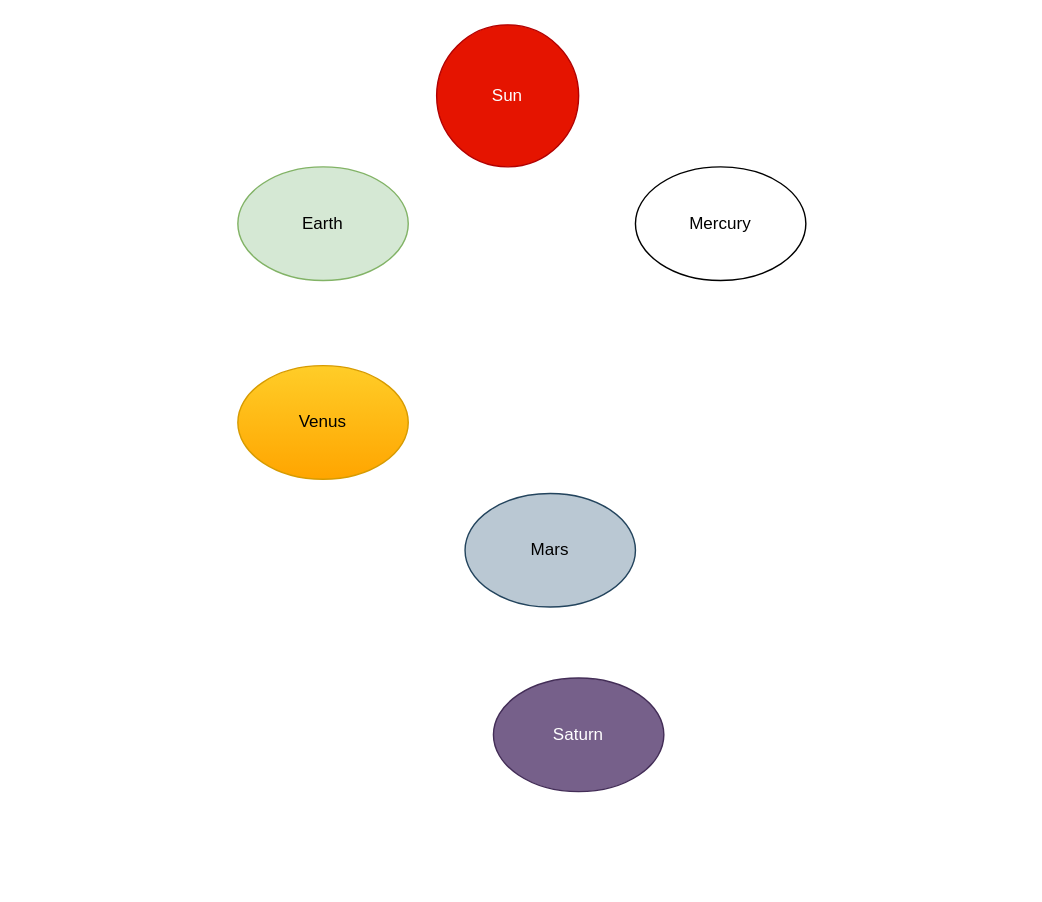
Earlier version of the draw.io diagram page "home" (1 of 2) of script.drawio (LBACK1912/chart). Source tidied: cells renumbered, new cells numbered last; positions are measured from the earlier drawing's top-left corner, leaving out a move shared by most shapes. Both pictures are drawn from the tidied source at 142%, with x=0, y=0 at pixel (237, 24).
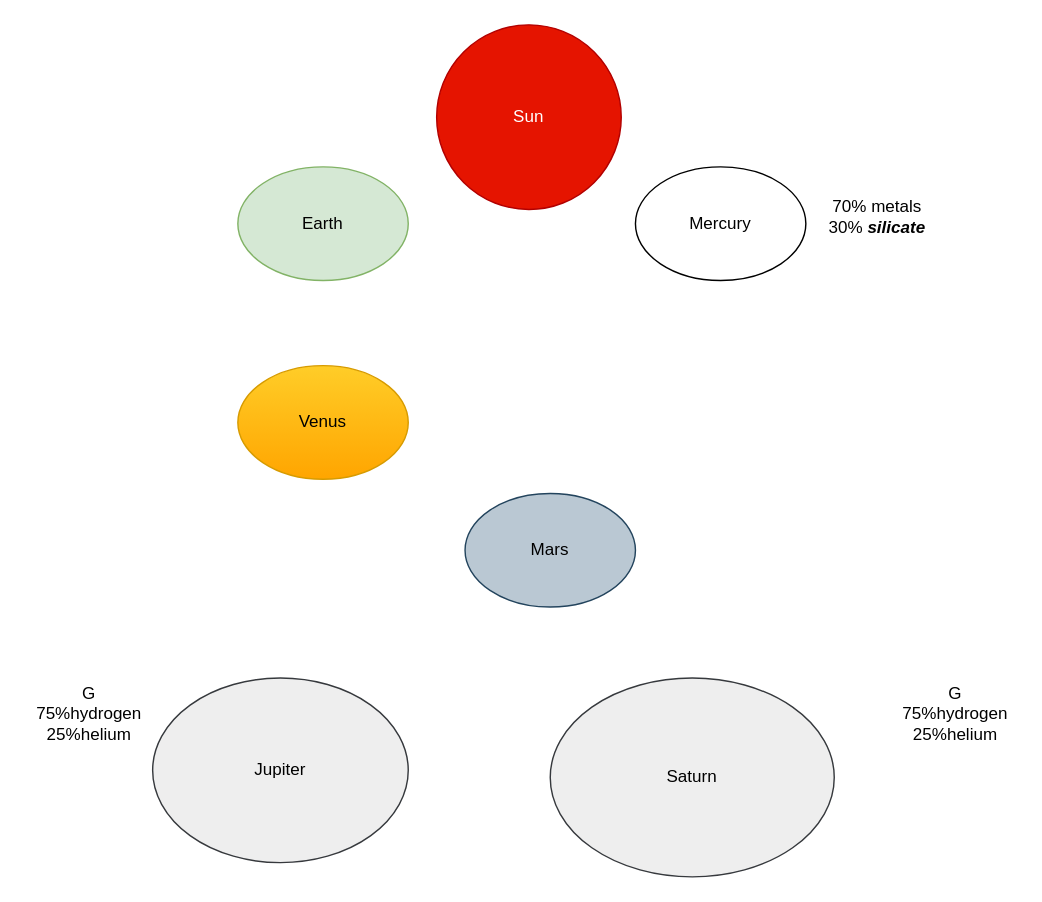
After the change.

The edit, as a diff of the source:
```diff
@@
 <mxGraphModel>
   <root>
     <mxCell id="0" />
     <mxCell id="1" parent="0" />
     <mxCell id="2" value="Sun" style="ellipse;whiteSpace=wrap;html=1;fillColor=#e51400;strokeColor=#B20000;fontColor=#ffffff;" parent="1" vertex="1">
-      <mxGeometry x="140" width="100" height="100" as="geometry" />
+      <mxGeometry x="140" width="130" height="130" as="geometry" />
     </mxCell>
     <mxCell id="3" value="Earth" style="ellipse;whiteSpace=wrap;html=1;fillColor=#d5e8d4;strokeColor=#82b366;" parent="1" vertex="1">
       <mxGeometry y="100" width="120" height="80" as="geometry" />
     </mxCell>
     <mxCell id="4" value="Mercury" style="ellipse;whiteSpace=wrap;html=1;" parent="1" vertex="1">
       <mxGeometry x="280" y="100" width="120" height="80" as="geometry" />
     </mxCell>
     <mxCell id="5" value="Venus" style="ellipse;whiteSpace=wrap;html=1;gradientColor=#ffa500;fillColor=#ffcd28;strokeColor=#d79b00;" parent="1" vertex="1">
       <mxGeometry y="240" width="120" height="80" as="geometry" />
     </mxCell>
     <mxCell id="6" value="Mars" style="ellipse;whiteSpace=wrap;html=1;fillColor=#bac8d3;strokeColor=#23445d;" parent="1" vertex="1">
       <mxGeometry x="160" y="330" width="120" height="80" as="geometry" />
     </mxCell>
-    <mxCell id="7" value="Saturn" style="ellipse;whiteSpace=wrap;html=1;fillColor=#76608a;strokeColor=#432D57;fontColor=#ffffff;" parent="1" vertex="1">
-      <mxGeometry x="180" y="460" width="120" height="80" as="geometry" />
+    <mxCell id="7" value="Saturn" style="ellipse;whiteSpace=wrap;html=1;fillColor=#eeeeee;strokeColor=#36393d;" parent="1" vertex="1">
+      <mxGeometry x="220" y="460" width="200" height="140" as="geometry" />
     </mxCell>
+    <mxCell id="8" value="&lt;div&gt;70% metals&lt;br&gt;&lt;/div&gt;&lt;div&gt;30% &lt;strong&gt;&lt;i&gt;&lt;i class=&quot;01&quot;&gt;silicate&lt;/i&gt; &lt;/i&gt;&lt;/strong&gt;&lt;/div&gt;" style="text;html=1;align=center;verticalAlign=middle;" parent="1" vertex="1">
+      <mxGeometry x="410" y="120" width="80" height="30" as="geometry" />
+    </mxCell>
+    <mxCell id="9" value="G&lt;div&gt;75%hydrogen &lt;br&gt;&lt;/div&gt;&lt;div&gt;25%helium&lt;br&gt;&lt;/div&gt;" style="text;html=1;align=center;verticalAlign=middle;" parent="1" vertex="1">
+      <mxGeometry x="460" y="460" width="90" height="50" as="geometry" />
+    </mxCell>
+    <mxCell id="10" value="Jupiter" style="ellipse;whiteSpace=wrap;html=1;fillColor=#eeeeee;strokeColor=#36393d;" parent="1" vertex="1">
+      <mxGeometry x="-60" y="460" width="180" height="130" as="geometry" />
+    </mxCell>
+    <mxCell id="11" value="G&lt;div&gt;75%hydrogen &lt;br&gt;&lt;/div&gt;&lt;div&gt;25%helium&lt;/div&gt;" style="text;html=1;align=center;verticalAlign=middle;" parent="1" vertex="1">
+      <mxGeometry x="-150" y="460" width="90" height="50" as="geometry" />
+    </mxCell>
   </root>
 </mxGraphModel>
```
